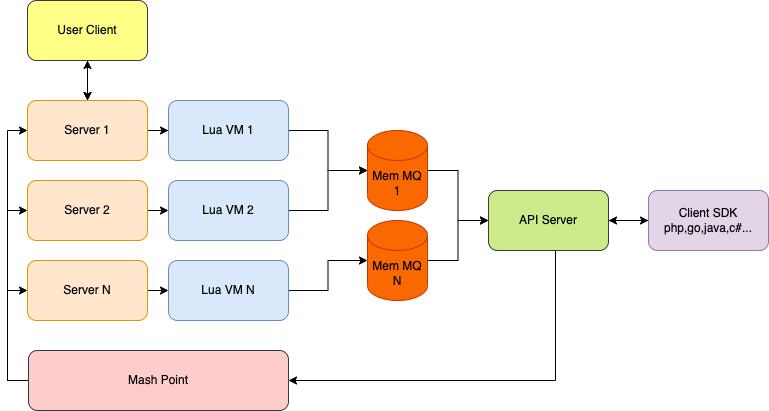
connmix/connmix-docs keeps this draw.io diagram as zh-cn/images/原理图2.drawio.png. Above is the earlier version. Source tidied: cells renumbered, new cells last; positions are measured from the earlier drawing's top-left corner, leaving out a move shared by most shapes.
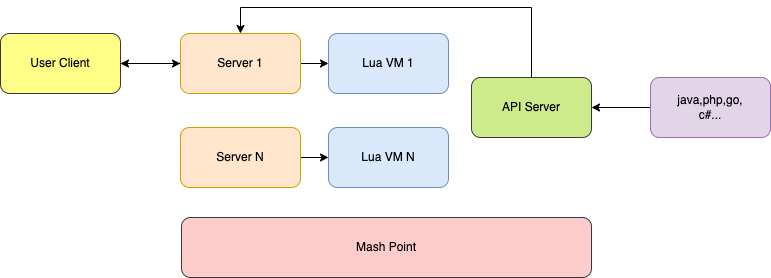
After the commit.

What changed in the source:
```diff
@@ -5,113 +5,54 @@
     <mxCell id="2" style="edgeStyle=orthogonalEdgeStyle;rounded=0;jettySize=auto;html=1;exitX=1;exitY=0.5;exitDx=0;exitDy=0;" parent="1" edge="1" source="5" target="7">
       <mxGeometry relative="1" as="geometry" />
     </mxCell>
-    <mxCell id="3" style="edgeStyle=orthogonalEdgeStyle;rounded=0;jettySize=auto;html=1;" parent="1" edge="1" source="5">
-      <mxGeometry relative="1" as="geometry">
-        <mxPoint x="80" y="40" as="targetPoint" />
-      </mxGeometry>
+    <mxCell id="3" style="edgeStyle=orthogonalEdgeStyle;rounded=0;jettySize=auto;html=1;exitX=1;exitY=0.5;exitDx=0;exitDy=0;entryX=0;entryY=0.5;entryDx=0;entryDy=0;" parent="1" edge="1" source="31" target="5">
+      <mxGeometry relative="1" as="geometry" />
     </mxCell>
-    <mxCell id="4" style="edgeStyle=orthogonalEdgeStyle;rounded=0;jettySize=auto;html=1;entryX=0.5;entryY=1;entryDx=0;entryDy=0;" parent="1" edge="1" source="5" target="31">
+    <mxCell id="4" style="edgeStyle=orthogonalEdgeStyle;rounded=0;jettySize=auto;html=1;entryX=1;entryY=0.5;entryDx=0;entryDy=0;" parent="1" edge="1" source="5" target="31">
       <mxGeometry relative="1" as="geometry" />
     </mxCell>
     <mxCell id="5" value="Server 1" style="rounded=1;whiteSpace=wrap;html=1;fillColor=#ffe6cc;strokeColor=#d79b00;" parent="1" vertex="1">
-      <mxGeometry x="20" y="100" width="120" height="60" as="geometry" />
+      <mxGeometry x="91" y="166" width="120" height="60" as="geometry" />
     </mxCell>
-    <mxCell id="6" style="edgeStyle=orthogonalEdgeStyle;rounded=0;jettySize=auto;html=1;" parent="1" edge="1" source="7" target="24">
-      <mxGeometry relative="1" as="geometry" />
-    </mxCell>
     <mxCell id="7" value="Lua VM 1" style="rounded=1;whiteSpace=wrap;html=1;fillColor=#dae8fc;strokeColor=#6c8ebf;" parent="1" vertex="1">
-      <mxGeometry x="161" y="100" width="120" height="60" as="geometry" />
+      <mxGeometry x="239" y="166" width="120" height="60" as="geometry" />
     </mxCell>
-    <mxCell id="8" style="edgeStyle=orthogonalEdgeStyle;rounded=0;jettySize=auto;html=1;exitX=1;exitY=0.5;exitDx=0;exitDy=0;entryX=0;entryY=0.5;entryDx=0;entryDy=0;" parent="1" edge="1" source="9" target="11">
-      <mxGeometry relative="1" as="geometry" />
+    <mxCell id="8" style="edgeStyle=orthogonalEdgeStyle;rounded=0;jettySize=auto;html=1;exitX=1;exitY=0.5;exitDx=0;exitDy=0;entryX=0;entryY=0.5;entryDx=0;entryDy=0;" parent="1" edge="1" source="x">
+      <mxGeometry relative="1" as="geometry">
+        <mxPoint x="239" y="210" as="targetPoint" />
+      </mxGeometry>
     </mxCell>
-    <mxCell id="9" value="Server 2" style="rounded=1;whiteSpace=wrap;html=1;fillColor=#ffe6cc;strokeColor=#d79b00;" parent="1" vertex="1">
-      <mxGeometry x="20" y="180" width="120" height="60" as="geometry" />
-    </mxCell>
-    <mxCell id="10" style="edgeStyle=orthogonalEdgeStyle;rounded=0;jettySize=auto;html=1;entryX=0;entryY=0.5;entryDx=0;entryDy=0;entryPerimeter=0;" parent="1" edge="1" source="11" target="24">
-      <mxGeometry relative="1" as="geometry" />
-    </mxCell>
-    <mxCell id="11" value="Lua VM 2" style="rounded=1;whiteSpace=wrap;html=1;fillColor=#dae8fc;strokeColor=#6c8ebf;" parent="1" vertex="1">
-      <mxGeometry x="161" y="180" width="120" height="60" as="geometry" />
-    </mxCell>
-    <mxCell id="12" style="edgeStyle=orthogonalEdgeStyle;rounded=0;jettySize=auto;html=1;entryX=1;entryY=0.5;entryDx=0;entryDy=0;exitX=0.5;exitY=1;exitDx=0;exitDy=0;" parent="1" edge="1" source="14" target="18">
-      <mxGeometry relative="1" as="geometry">
-        <Array as="points">
-          <mxPoint x="548" y="380" />
-        </Array>
-      </mxGeometry>
-    </mxCell>
-    <mxCell id="13" style="edgeStyle=orthogonalEdgeStyle;rounded=0;jettySize=auto;html=1;exitX=1;exitY=0.5;exitDx=0;exitDy=0;entryX=0;entryY=0.5;entryDx=0;entryDy=0;" parent="1" edge="1" source="14" target="28">
-      <mxGeometry relative="1" as="geometry" />
-    </mxCell>
+    <mxCell id="27" style="edgeStyle=orthogonalEdgeStyle;rounded=0;jettySize=auto;html=1;exitX=0;exitY=0.5;exitDx=0;exitDy=0;entryX=1;entryY=0.5;entryDx=0;entryDy=0;" parent="1" edge="1" source="28" target="14">
+      <mxGeometry relative="1" as="geometry" />
+    </mxCell>
+    <mxCell id="32" style="edgeStyle=orthogonalEdgeStyle;rounded=0;jettySize=auto;html=1;entryX=0.5;entryY=0;entryDx=0;entryDy=0;exitX=0.5;exitY=0;exitDx=0;exitDy=0;" parent="1" edge="1" source="14" target="5">
+      <mxGeometry relative="1" as="geometry">
+        <Array as="points">
+          <mxPoint x="442" y="140" />
+          <mxPoint x="151" y="140" />
+        </Array>
+      </mxGeometry>
+    </mxCell>
     <mxCell id="14" value="API Server" style="rounded=1;whiteSpace=wrap;html=1;fillColor=#cdeb8b;strokeColor=#36393d;" parent="1" vertex="1">
-      <mxGeometry x="481" y="190" width="120" height="60" as="geometry" />
+      <mxGeometry x="382" y="210" width="120" height="60" as="geometry" />
     </mxCell>
-    <mxCell id="15" style="edgeStyle=orthogonalEdgeStyle;rounded=0;jettySize=auto;html=1;entryX=0;entryY=0.5;entryDx=0;entryDy=0;" parent="1" edge="1" source="18" target="5">
-      <mxGeometry relative="1" as="geometry">
-        <Array as="points">
-          <mxPoint y="380" />
-          <mxPoint y="130" />
-        </Array>
-      </mxGeometry>
-    </mxCell>
-    <mxCell id="16" style="edgeStyle=orthogonalEdgeStyle;rounded=0;jettySize=auto;html=1;entryX=0;entryY=0.5;entryDx=0;entryDy=0;" parent="1" edge="1" source="18" target="9">
-      <mxGeometry relative="1" as="geometry">
-        <Array as="points">
-          <mxPoint y="380" />
-          <mxPoint y="210" />
-        </Array>
-      </mxGeometry>
-    </mxCell>
-    <mxCell id="17" style="edgeStyle=orthogonalEdgeStyle;rounded=0;jettySize=auto;html=1;entryX=0;entryY=0.5;entryDx=0;entryDy=0;" parent="1" edge="1" source="18" target="20">
-      <mxGeometry relative="1" as="geometry">
-        <Array as="points">
-          <mxPoint y="380" />
-          <mxPoint y="290" />
-        </Array>
-      </mxGeometry>
-    </mxCell>
     <mxCell id="18" value="Mash Point" style="rounded=1;whiteSpace=wrap;html=1;fillColor=#ffcccc;strokeColor=#36393d;" parent="1" vertex="1">
-      <mxGeometry x="21" y="350" width="260" height="60" as="geometry" />
+      <mxGeometry x="92" y="350" width="410" height="60" as="geometry" />
     </mxCell>
     <mxCell id="19" style="edgeStyle=orthogonalEdgeStyle;rounded=0;jettySize=auto;html=1;exitX=1;exitY=0.5;exitDx=0;exitDy=0;entryX=0;entryY=0.5;entryDx=0;entryDy=0;" parent="1" edge="1" source="20" target="22">
       <mxGeometry relative="1" as="geometry" />
     </mxCell>
     <mxCell id="20" value="Server N" style="rounded=1;whiteSpace=wrap;html=1;fillColor=#ffe6cc;strokeColor=#d79b00;" parent="1" vertex="1">
-      <mxGeometry x="20" y="260" width="120" height="60" as="geometry" />
+      <mxGeometry x="91" y="260" width="120" height="60" as="geometry" />
     </mxCell>
-    <mxCell id="21" style="edgeStyle=orthogonalEdgeStyle;rounded=0;jettySize=auto;html=1;" parent="1" edge="1" source="22" target="26">
-      <mxGeometry relative="1" as="geometry" />
-    </mxCell>
     <mxCell id="22" value="Lua VM N" style="rounded=1;whiteSpace=wrap;html=1;fillColor=#dae8fc;strokeColor=#6c8ebf;" parent="1" vertex="1">
-      <mxGeometry x="161" y="260" width="120" height="60" as="geometry" />
+      <mxGeometry x="239" y="260" width="120" height="60" as="geometry" />
     </mxCell>
-    <mxCell id="23" style="edgeStyle=orthogonalEdgeStyle;rounded=0;jettySize=auto;html=1;entryX=0;entryY=0.5;entryDx=0;entryDy=0;" parent="1" edge="1" source="24" target="14">
-      <mxGeometry relative="1" as="geometry" />
-    </mxCell>
-    <mxCell id="24" value="Mem MQ&lt;br&gt;1" style="shape=cylinder3;whiteSpace=wrap;html=1;boundedLbl=1;backgroundOutline=1;size=15;fillColor=#fa6800;fontColor=#000000;strokeColor=#C73500;" parent="1" vertex="1">
-      <mxGeometry x="360" y="130" width="60" height="80" as="geometry" />
-    </mxCell>
-    <mxCell id="25" style="edgeStyle=orthogonalEdgeStyle;rounded=0;jettySize=auto;html=1;entryX=0;entryY=0.5;entryDx=0;entryDy=0;" parent="1" edge="1" source="26" target="14">
-      <mxGeometry relative="1" as="geometry" />
-    </mxCell>
-    <mxCell id="26" value="Mem MQ N" style="shape=cylinder3;whiteSpace=wrap;html=1;boundedLbl=1;backgroundOutline=1;size=15;fillColor=#fa6800;fontColor=#000000;strokeColor=#C73500;" parent="1" vertex="1">
-      <mxGeometry x="360" y="220" width="60" height="80" as="geometry" />
-    </mxCell>
-    <mxCell id="27" style="edgeStyle=orthogonalEdgeStyle;rounded=0;jettySize=auto;html=1;entryX=1;entryY=0.5;entryDx=0;entryDy=0;" parent="1" edge="1" source="28" target="14">
-      <mxGeometry relative="1" as="geometry" />
-    </mxCell>
-    <mxCell id="28" value="Client SDK&lt;br&gt;php,go,java,c#..." style="rounded=1;whiteSpace=wrap;html=1;fillColor=#e1d5e7;strokeColor=#9673a6;" parent="1" vertex="1">
-      <mxGeometry x="641" y="190" width="120" height="60" as="geometry" />
+    <mxCell id="28" value="java,php,go,&lt;br&gt;c#..." style="rounded=1;whiteSpace=wrap;html=1;fillColor=#e1d5e7;strokeColor=#9673a6;" parent="1" vertex="1">
+      <mxGeometry x="561" y="210" width="120" height="60" as="geometry" />
     </mxCell>
-    <mxCell id="29" style="edgeStyle=orthogonalEdgeStyle;rounded=0;jettySize=auto;html=1;entryX=0.5;entryY=0;entryDx=0;entryDy=0;" parent="1" edge="1" source="31" target="5">
-      <mxGeometry relative="1" as="geometry" />
-    </mxCell>
-    <mxCell id="30" style="edgeStyle=orthogonalEdgeStyle;rounded=0;jettySize=auto;html=1;exitX=0.5;exitY=1;exitDx=0;exitDy=0;" parent="1" edge="1" source="31" target="5">
-      <mxGeometry relative="1" as="geometry" />
-    </mxCell>
     <mxCell id="31" value="User Client" style="rounded=1;whiteSpace=wrap;html=1;fillColor=#ffff88;strokeColor=#36393d;" parent="1" vertex="1">
-      <mxGeometry x="20" width="120" height="60" as="geometry" />
+      <mxGeometry x="-89" y="166" width="120" height="60" as="geometry" />
     </mxCell>
   </root>
 </mxGraphModel>
```
